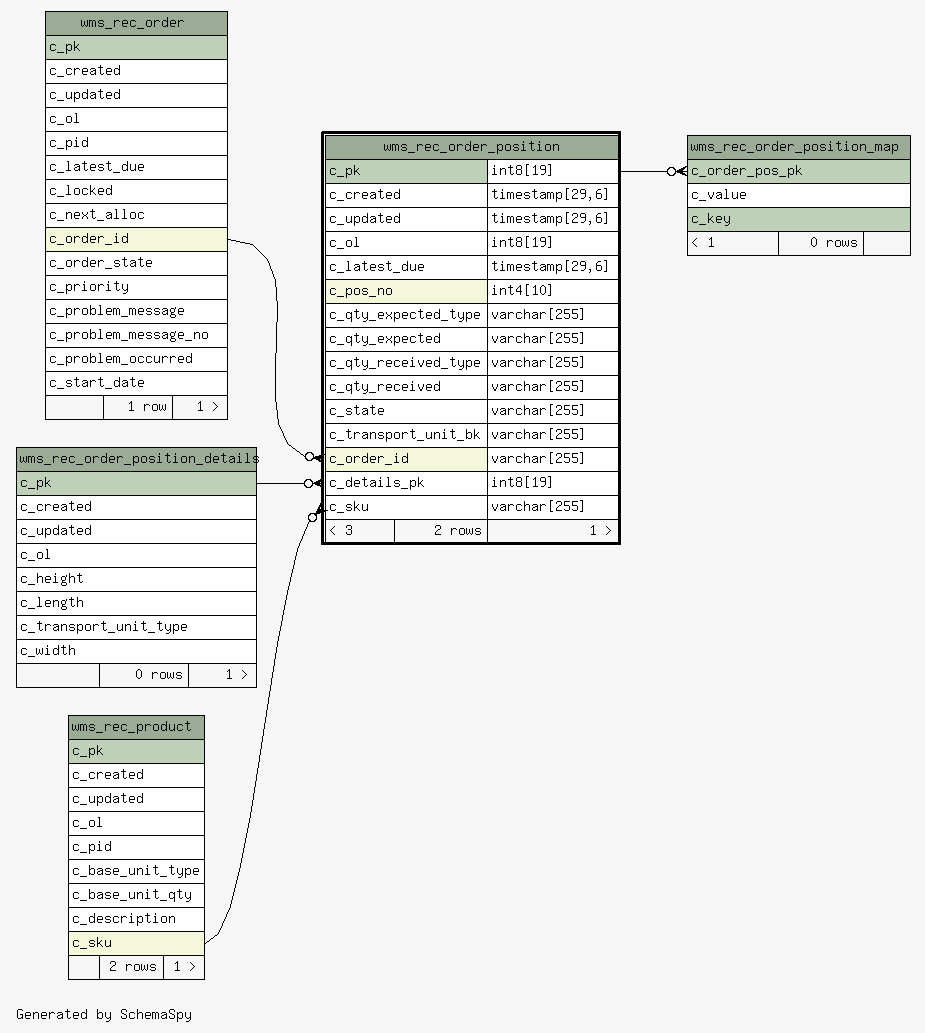
The Graphviz diagram 1.0.0-SNAPSHOT/schemaspy/diagrams/wms_rec_order_position.1degree.png in openwms/org.openwms.wms.receiving.lib, before a commit. Its source is kept beside it as 1.0.0-SNAPSHOT/schemaspy/diagrams/wms_rec_order_position.1degree.dot.
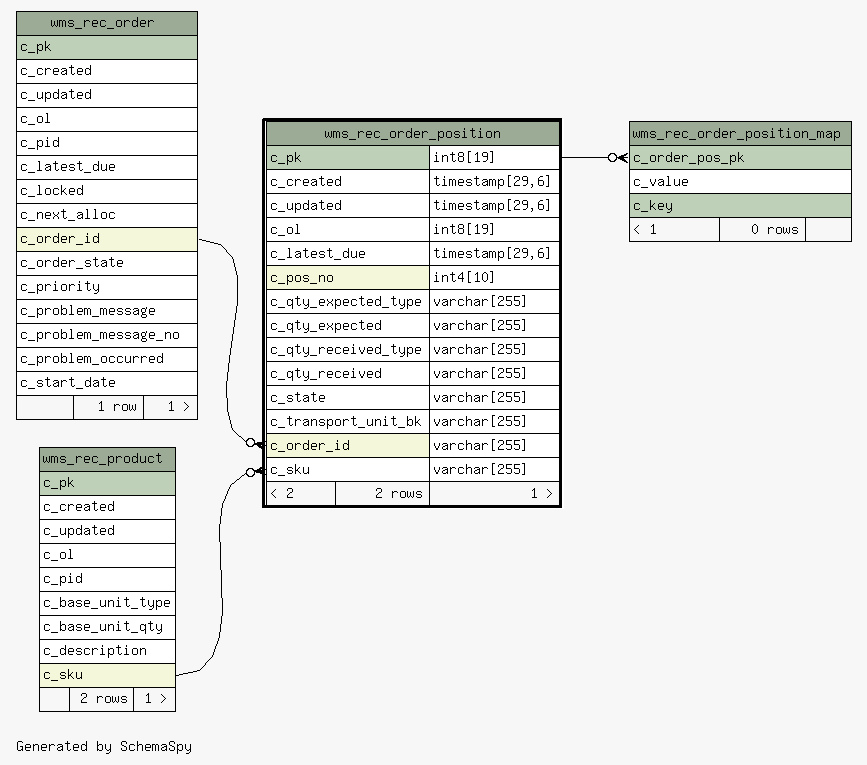
Later version of the same file.

What changed in the source:
```diff
@@ -17,7 +17,6 @@
   edge [
     arrowsize="0.8"
   ];
-  "wms_rec_order_position":"c_details_pk":w -> "wms_rec_order_position_details":"c_pk":e [arrowhead=none dir=back arrowtail=crowodot];
   "wms_rec_order_position":"c_order_id":w -> "wms_rec_order":"c_order_id":e [arrowhead=none dir=back arrowtail=crowodot];
   "wms_rec_order_position":"c_sku":w -> "wms_rec_product":"c_sku":e [arrowhead=none dir=back arrowtail=crowodot];
   "wms_rec_order_position_map":"c_order_pos_pk":w -> "wms_rec_order_position":"c_pk.type":e [arrowhead=none dir=back arrowtail=crowodot];
@@ -62,29 +61,11 @@
       <TR><TD PORT="c_state" COLSPAN="2" ALIGN="LEFT">c_state</TD><TD PORT="c_state.type" ALIGN="LEFT">varchar[255]</TD></TR>
       <TR><TD PORT="c_transport_unit_bk" COLSPAN="2" ALIGN="LEFT">c_transport_unit_bk</TD><TD PORT="c_transport_unit_bk.type" ALIGN="LEFT">varchar[255]</TD></TR>
       <TR><TD PORT="c_order_id" COLSPAN="2" BGCOLOR="#f4f7da" ALIGN="LEFT">c_order_id</TD><TD PORT="c_order_id.type" ALIGN="LEFT">varchar[255]</TD></TR>
-      <TR><TD PORT="c_details_pk" COLSPAN="2" ALIGN="LEFT">c_details_pk</TD><TD PORT="c_details_pk.type" ALIGN="LEFT">int8[19]</TD></TR>
       <TR><TD PORT="c_sku" COLSPAN="2" ALIGN="LEFT">c_sku</TD><TD PORT="c_sku.type" ALIGN="LEFT">varchar[255]</TD></TR>
-      <TR><TD ALIGN="LEFT" BGCOLOR="#f7f7f7">&lt; 3</TD><TD ALIGN="RIGHT" BGCOLOR="#f7f7f7">2 rows</TD><TD ALIGN="RIGHT" BGCOLOR="#f7f7f7">1 &gt;</TD></TR>
+      <TR><TD ALIGN="LEFT" BGCOLOR="#f7f7f7">&lt; 2</TD><TD ALIGN="RIGHT" BGCOLOR="#f7f7f7">2 rows</TD><TD ALIGN="RIGHT" BGCOLOR="#f7f7f7">1 &gt;</TD></TR>
     </TABLE>>
     URL="wms_rec_order_position.html"
     tooltip="wms_rec_order_position"
-  ];
-  "wms_rec_order_position_details" [
-    label=<
-    <TABLE BORDER="0" CELLBORDER="1" CELLSPACING="0" BGCOLOR="#ffffff">
-      <TR><TD COLSPAN="3" BGCOLOR="#9bab96" ALIGN="CENTER">wms_rec_order_position_details</TD></TR>
-      <TR><TD PORT="c_pk" COLSPAN="3" BGCOLOR="#bed1b8" ALIGN="LEFT">c_pk</TD></TR>
-      <TR><TD PORT="c_created" COLSPAN="3" ALIGN="LEFT">c_created</TD></TR>
-      <TR><TD PORT="c_updated" COLSPAN="3" ALIGN="LEFT">c_updated</TD></TR>
-      <TR><TD PORT="c_ol" COLSPAN="3" ALIGN="LEFT">c_ol</TD></TR>
-      <TR><TD PORT="c_height" COLSPAN="3" ALIGN="LEFT">c_height</TD></TR>
-      <TR><TD PORT="c_length" COLSPAN="3" ALIGN="LEFT">c_length</TD></TR>
-      <TR><TD PORT="c_transport_unit_type" COLSPAN="3" ALIGN="LEFT">c_transport_unit_type</TD></TR>
-      <TR><TD PORT="c_width" COLSPAN="3" ALIGN="LEFT">c_width</TD></TR>
-      <TR><TD ALIGN="LEFT" BGCOLOR="#f7f7f7">  </TD><TD ALIGN="RIGHT" BGCOLOR="#f7f7f7">0 rows</TD><TD ALIGN="RIGHT" BGCOLOR="#f7f7f7">1 &gt;</TD></TR>
-    </TABLE>>
-    URL="wms_rec_order_position_details.html"
-    tooltip="wms_rec_order_position_details"
   ];
   "wms_rec_order_position_map" [
     label=<
```
